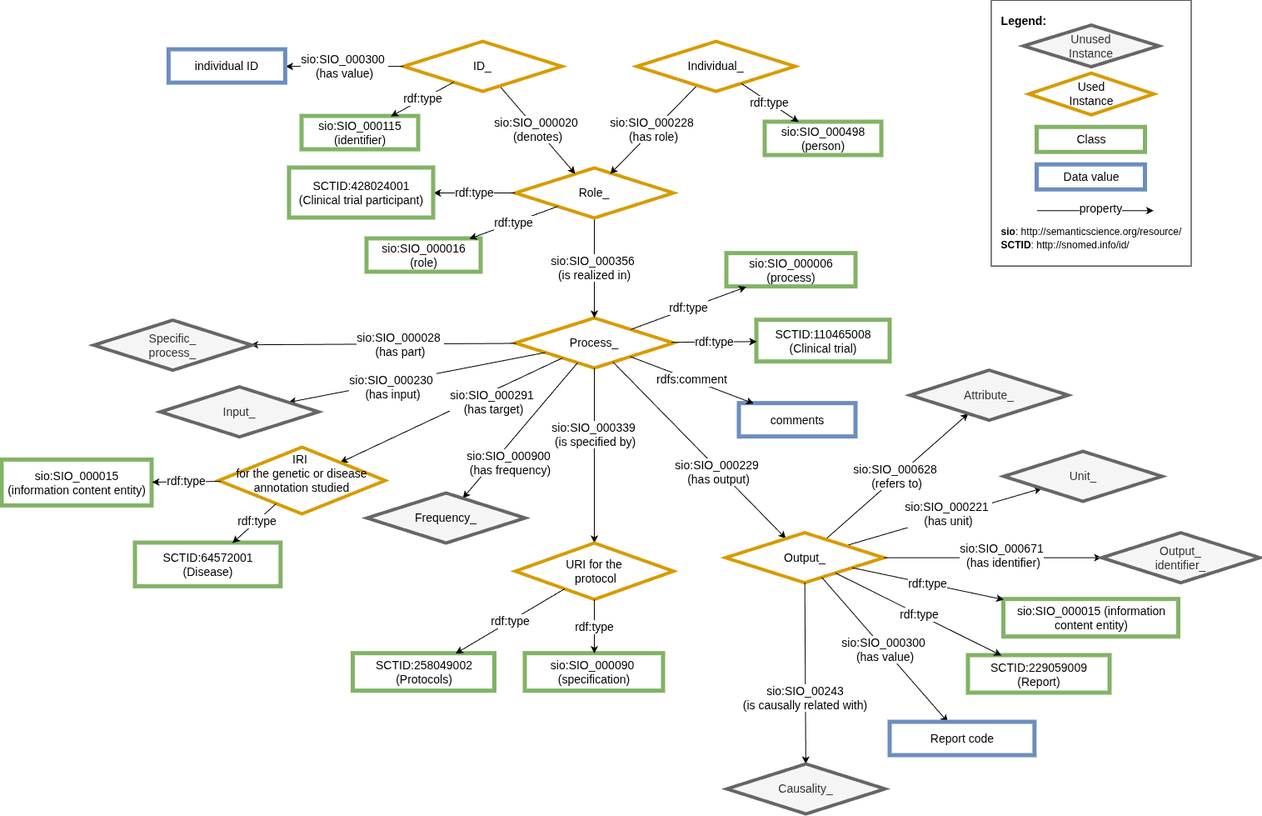
CARE-SM/CARE-Semantic-Model keeps this draw.io diagram as images/snomed/CARE-SM-snomed-Clinical_trial.drawio.png. Above is the earlier version. Source tidied: cells renumbered, new cells last; positions are measured from the earlier drawing's top-left corner, leaving out a move shared by most shapes.
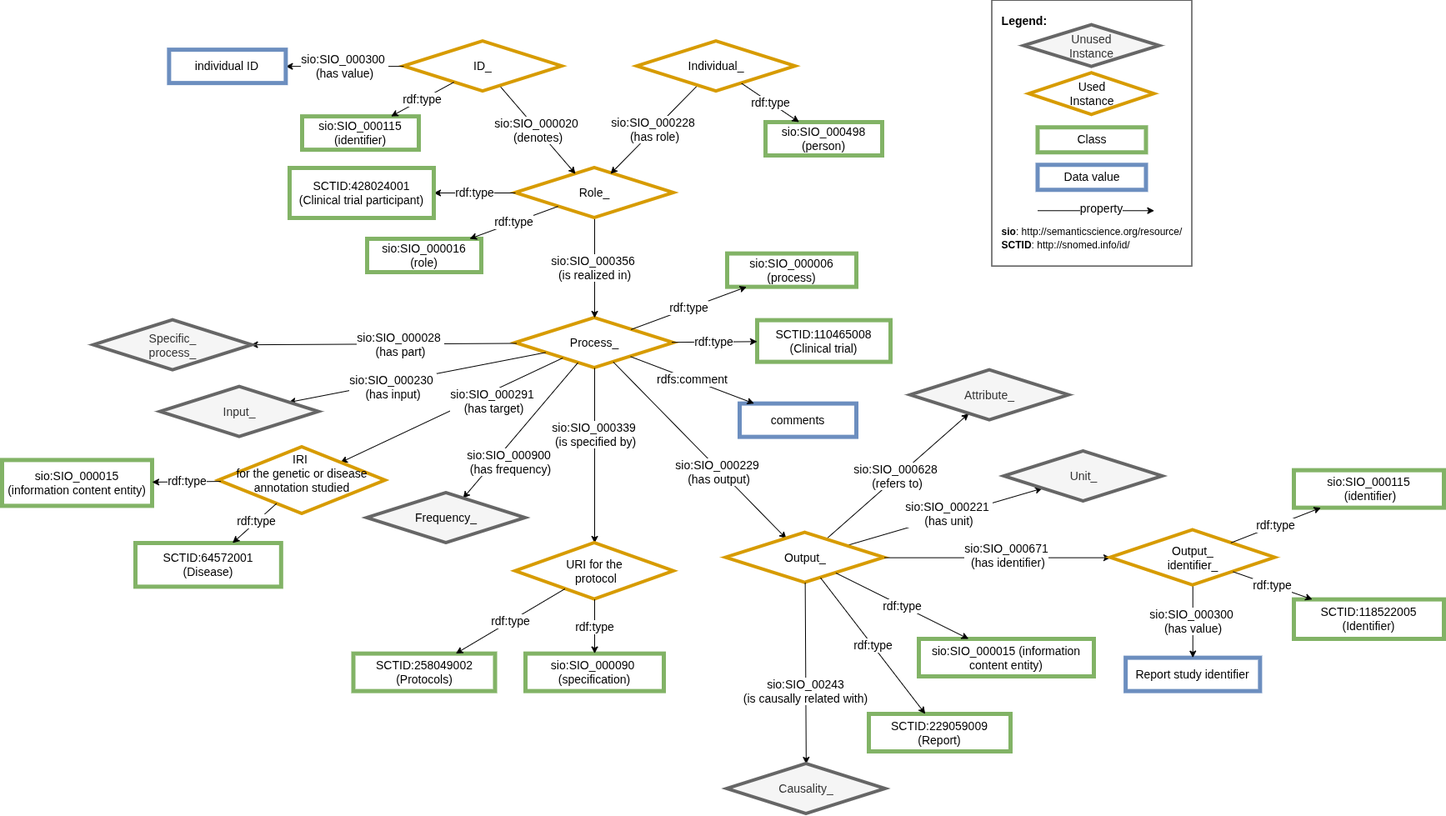
The same diagram one commit later.

Commit message:
Output identifier added

What changed in the source:
```diff
@@ -95,20 +95,14 @@
       <mxGeometry x="868.5" y="638.6" width="190" height="60" as="geometry" />
     </mxCell>
     <mxCell id="30" value="&lt;font style=&quot;font-size: 14px;&quot;&gt;sio:SIO_000015 (information content entity)&lt;/font&gt;" style="whiteSpace=wrap;html=1;fillColor=#FFFFFF;strokeColor=#82b366;strokeWidth=5;fontSize=14;" parent="1" vertex="1">
-      <mxGeometry x="1202.5" y="718.6" width="210" height="45" as="geometry" />
+      <mxGeometry x="1100" y="766" width="210" height="45" as="geometry" />
     </mxCell>
     <mxCell id="31" value="SCTID:229059009&lt;div&gt;(Report)&lt;/div&gt;" style="whiteSpace=wrap;html=1;fillColor=#FFFFFF;strokeColor=#82b366;strokeWidth=5;fontSize=14;" parent="1" vertex="1">
-      <mxGeometry x="1160" y="786" width="170" height="45" as="geometry" />
+      <mxGeometry x="1040" y="856" width="170" height="45" as="geometry" />
     </mxCell>
     <mxCell id="32" value="rdf:type" style="edgeStyle=none;rounded=0;jettySize=auto;html=1;fontSize=14;" parent="1" edge="1" source="29" target="30">
       <mxGeometry relative="1" as="geometry" />
     </mxCell>
-    <mxCell id="33" value="sio:SIO_000300&amp;nbsp;&lt;div&gt;(has value)&lt;/div&gt;" style="rounded=0;jettySize=auto;html=1;fontSize=14;" parent="1" edge="1" source="29" target="34">
-      <mxGeometry relative="1" as="geometry" />
-    </mxCell>
-    <mxCell id="34" value="Report code" style="whiteSpace=wrap;html=1;fillColor=#FFFFFF;strokeColor=#6c8ebf;strokeWidth=5;fontSize=14;" parent="1" vertex="1">
-      <mxGeometry x="1066" y="866" width="173.9" height="40" as="geometry" />
-    </mxCell>
     <mxCell id="35" style="edgeStyle=none;rounded=0;jettySize=auto;html=1;strokeWidth=1;fontSize=14;" parent="1" edge="1" source="3" target="57">
       <mxGeometry relative="1" as="geometry" />
     </mxCell>
@@ -145,7 +139,7 @@
     </mxCell>
     <mxCell id="45" value="sio:SIO_00243&lt;div&gt;(is causally related with)&lt;/div&gt;" style="edgeLabel;html=1;align=center;verticalAlign=middle;fontSize=14;" parent="44" vertex="1">
       <mxGeometry x="-0.21" y="-1" relative="1" as="geometry">
-        <mxPoint y="52" as="offset" />
+        <mxPoint y="44" as="offset" />
       </mxGeometry>
     </mxCell>
     <mxCell id="46" value="Causality_" style="rhombus;whiteSpace=wrap;html=1;fillColor=#f5f5f5;strokeColor=#666666;perimeter=rhombusPerimeter;arcSize=20;comic=0;enumerate=0;strokeWidth=4;rounded=0;fontSize=14;fontColor=#333333;" parent="1" vertex="1">
@@ -203,9 +197,6 @@
     <mxCell id="62" value="sio:SIO_000671&lt;div&gt;&amp;nbsp;(has identifier)&lt;/div&gt;" style="rounded=0;jettySize=auto;html=1;fontSize=14;" parent="1" edge="1" source="29" target="63">
       <mxGeometry x="0.08" y="3" relative="1" as="geometry" />
     </mxCell>
-    <mxCell id="63" value="Output_&lt;div&gt;identifier_&lt;/div&gt;" style="rhombus;whiteSpace=wrap;html=1;fillColor=#f5f5f5;strokeColor=#666666;perimeter=rhombusPerimeter;arcSize=20;comic=0;enumerate=0;strokeWidth=4;rounded=0;fontSize=14;fontColor=#333333;" parent="1" vertex="1">
-      <mxGeometry x="1320" y="638.6" width="190" height="60" as="geometry" />
-    </mxCell>
     <mxCell id="64" value="rdf:type" style="edgeStyle=none;rounded=0;jettySize=auto;html=1;fontSize=14;" parent="1" edge="1" source="29" target="31">
       <mxGeometry relative="1" as="geometry" />
     </mxCell>
@@ -230,5 +221,26 @@
     <mxCell id="70" value="Unused&lt;div&gt;Instance&lt;/div&gt;" style="rhombus;whiteSpace=wrap;html=1;fillColor=#f5f5f5;strokeColor=#666666;perimeter=rhombusPerimeter;arcSize=20;comic=0;enumerate=0;strokeWidth=4;rounded=0;fontSize=14;fontColor=#333333;" parent="1" vertex="1">
       <mxGeometry x="1226.2" y="29.6" width="162.5" height="50" as="geometry" />
     </mxCell>
+    <mxCell id="71" value="Report study identifier" style="whiteSpace=wrap;html=1;fillColor=#FFFFFF;strokeColor=#6c8ebf;strokeWidth=5;fontSize=14;" parent="1" vertex="1">
+      <mxGeometry x="1348.1" y="788.6" width="161.2" height="40" as="geometry" />
+    </mxCell>
+    <mxCell id="33" value="sio:SIO_000300&amp;nbsp;&lt;div&gt;(has value)&lt;/div&gt;" style="rounded=0;jettySize=auto;html=1;fontSize=14;" parent="1" edge="1" source="63" target="71">
+      <mxGeometry relative="1" as="geometry" />
+    </mxCell>
+    <mxCell id="63" value="&lt;div&gt;Output_&lt;/div&gt;&lt;div&gt;identifier_&lt;/div&gt;" style="rhombus;whiteSpace=wrap;html=1;fillColor=#FFFFFF;strokeColor=#D79B00;perimeter=rhombusPerimeter;arcSize=20;comic=0;enumerate=0;strokeWidth=4;rounded=0;fontSize=14;" parent="1" vertex="1">
+      <mxGeometry x="1330" y="635.5" width="197.5" height="66.2" as="geometry" />
+    </mxCell>
+    <mxCell id="72" value="sio:SIO_000115&lt;div&gt;&amp;nbsp;(identifier)&lt;/div&gt;" style="whiteSpace=wrap;html=1;fillColor=#FFFFFF;strokeColor=#82b366;strokeWidth=5;fontSize=14;" parent="1" vertex="1">
+      <mxGeometry x="1550" y="563.6" width="180" height="45" as="geometry" />
+    </mxCell>
+    <mxCell id="73" value="&lt;div&gt;SCTID:118522005&lt;/div&gt;&lt;div&gt;&lt;span style=&quot;background-color: transparent; color: light-dark(rgb(0, 0, 0), rgb(255, 255, 255));&quot;&gt;(&lt;/span&gt;&lt;span style=&quot;background-color: transparent;&quot;&gt;Identifier&lt;/span&gt;&lt;span style=&quot;background-color: transparent; color: light-dark(rgb(0, 0, 0), rgb(255, 255, 255));&quot;&gt;)&lt;/span&gt;&lt;/div&gt;" style="whiteSpace=wrap;html=1;fillColor=#FFFFFF;strokeColor=#82b366;strokeWidth=5;fontSize=14;" parent="1" vertex="1">
+      <mxGeometry x="1550" y="718.6" width="180" height="47.4" as="geometry" />
+    </mxCell>
+    <mxCell id="74" value="rdf:type" style="edgeStyle=none;rounded=0;jettySize=auto;html=1;fontSize=14;" parent="1" edge="1" source="63" target="73">
+      <mxGeometry relative="1" as="geometry" />
+    </mxCell>
+    <mxCell id="75" value="rdf:type" style="edgeStyle=none;rounded=0;jettySize=auto;html=1;fontSize=14;" parent="1" edge="1" source="63" target="72">
+      <mxGeometry relative="1" as="geometry" />
+    </mxCell>
   </root>
 </mxGraphModel>
```
